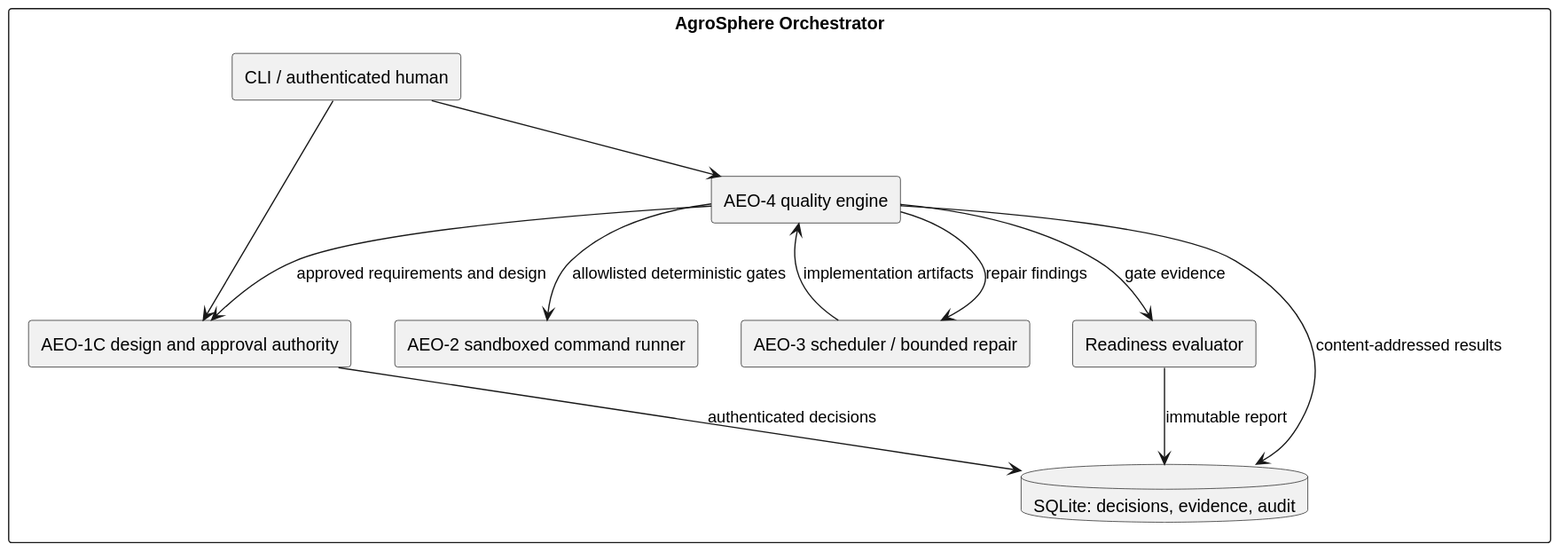
Earlier version of the PlantUML export docs/validation/aeo4-rendered/components.svg (swapnilpuri/agrosphere-orchestrator). The source it was exported from:
```plantuml
@startuml
skinparam componentStyle rectangle
rectangle "AgroSphere Orchestrator" {
component "CLI / authenticated human" as CLI
component "AEO-1C design and approval authority" as Design
component "AEO-3 scheduler / bounded repair" as Scheduler
component "AEO-4 quality engine" as Quality
component "AEO-2 sandboxed command runner" as Runner
component "Readiness evaluator" as Ready
database "SQLite: decisions, evidence, audit" as DB
CLI --> Quality
CLI --> Design
Scheduler --> Quality : implementation artifacts
Quality --> Runner : allowlisted deterministic gates
Quality --> Design : approved requirements and design
Quality --> Ready : gate evidence
Ready --> DB : immutable report
Design --> DB : authenticated decisions
Quality --> DB : content-addressed results
Quality --> Scheduler : repair findings
}
@enduml
```
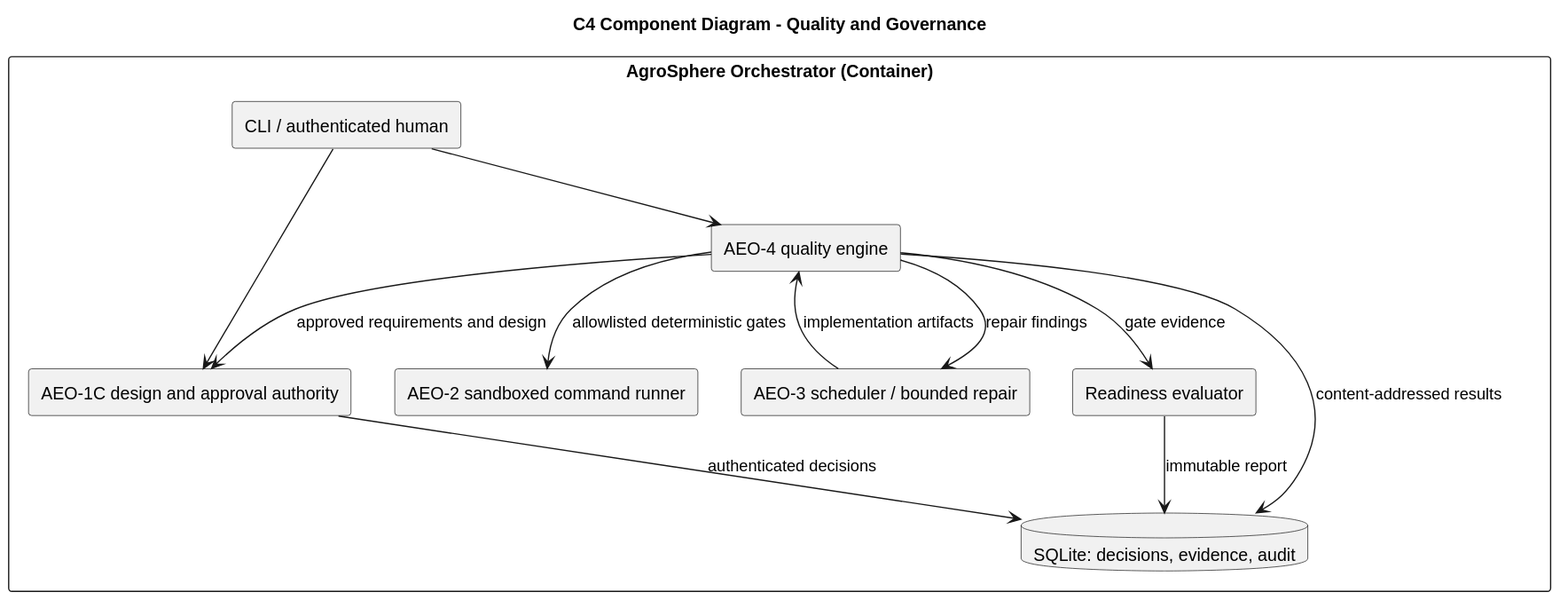
Above is the later version.

The edit, as a diff of the source:
```diff
@@ -1,6 +1,7 @@
 @startuml
+title C4 Component Diagram - Quality and Governance
 skinparam componentStyle rectangle
-rectangle "AgroSphere Orchestrator" {
+rectangle "AgroSphere Orchestrator (Container)" {
 component "CLI / authenticated human" as CLI
 component "AEO-1C design and approval authority" as Design
 component "AEO-3 scheduler / bounded repair" as Scheduler
```
